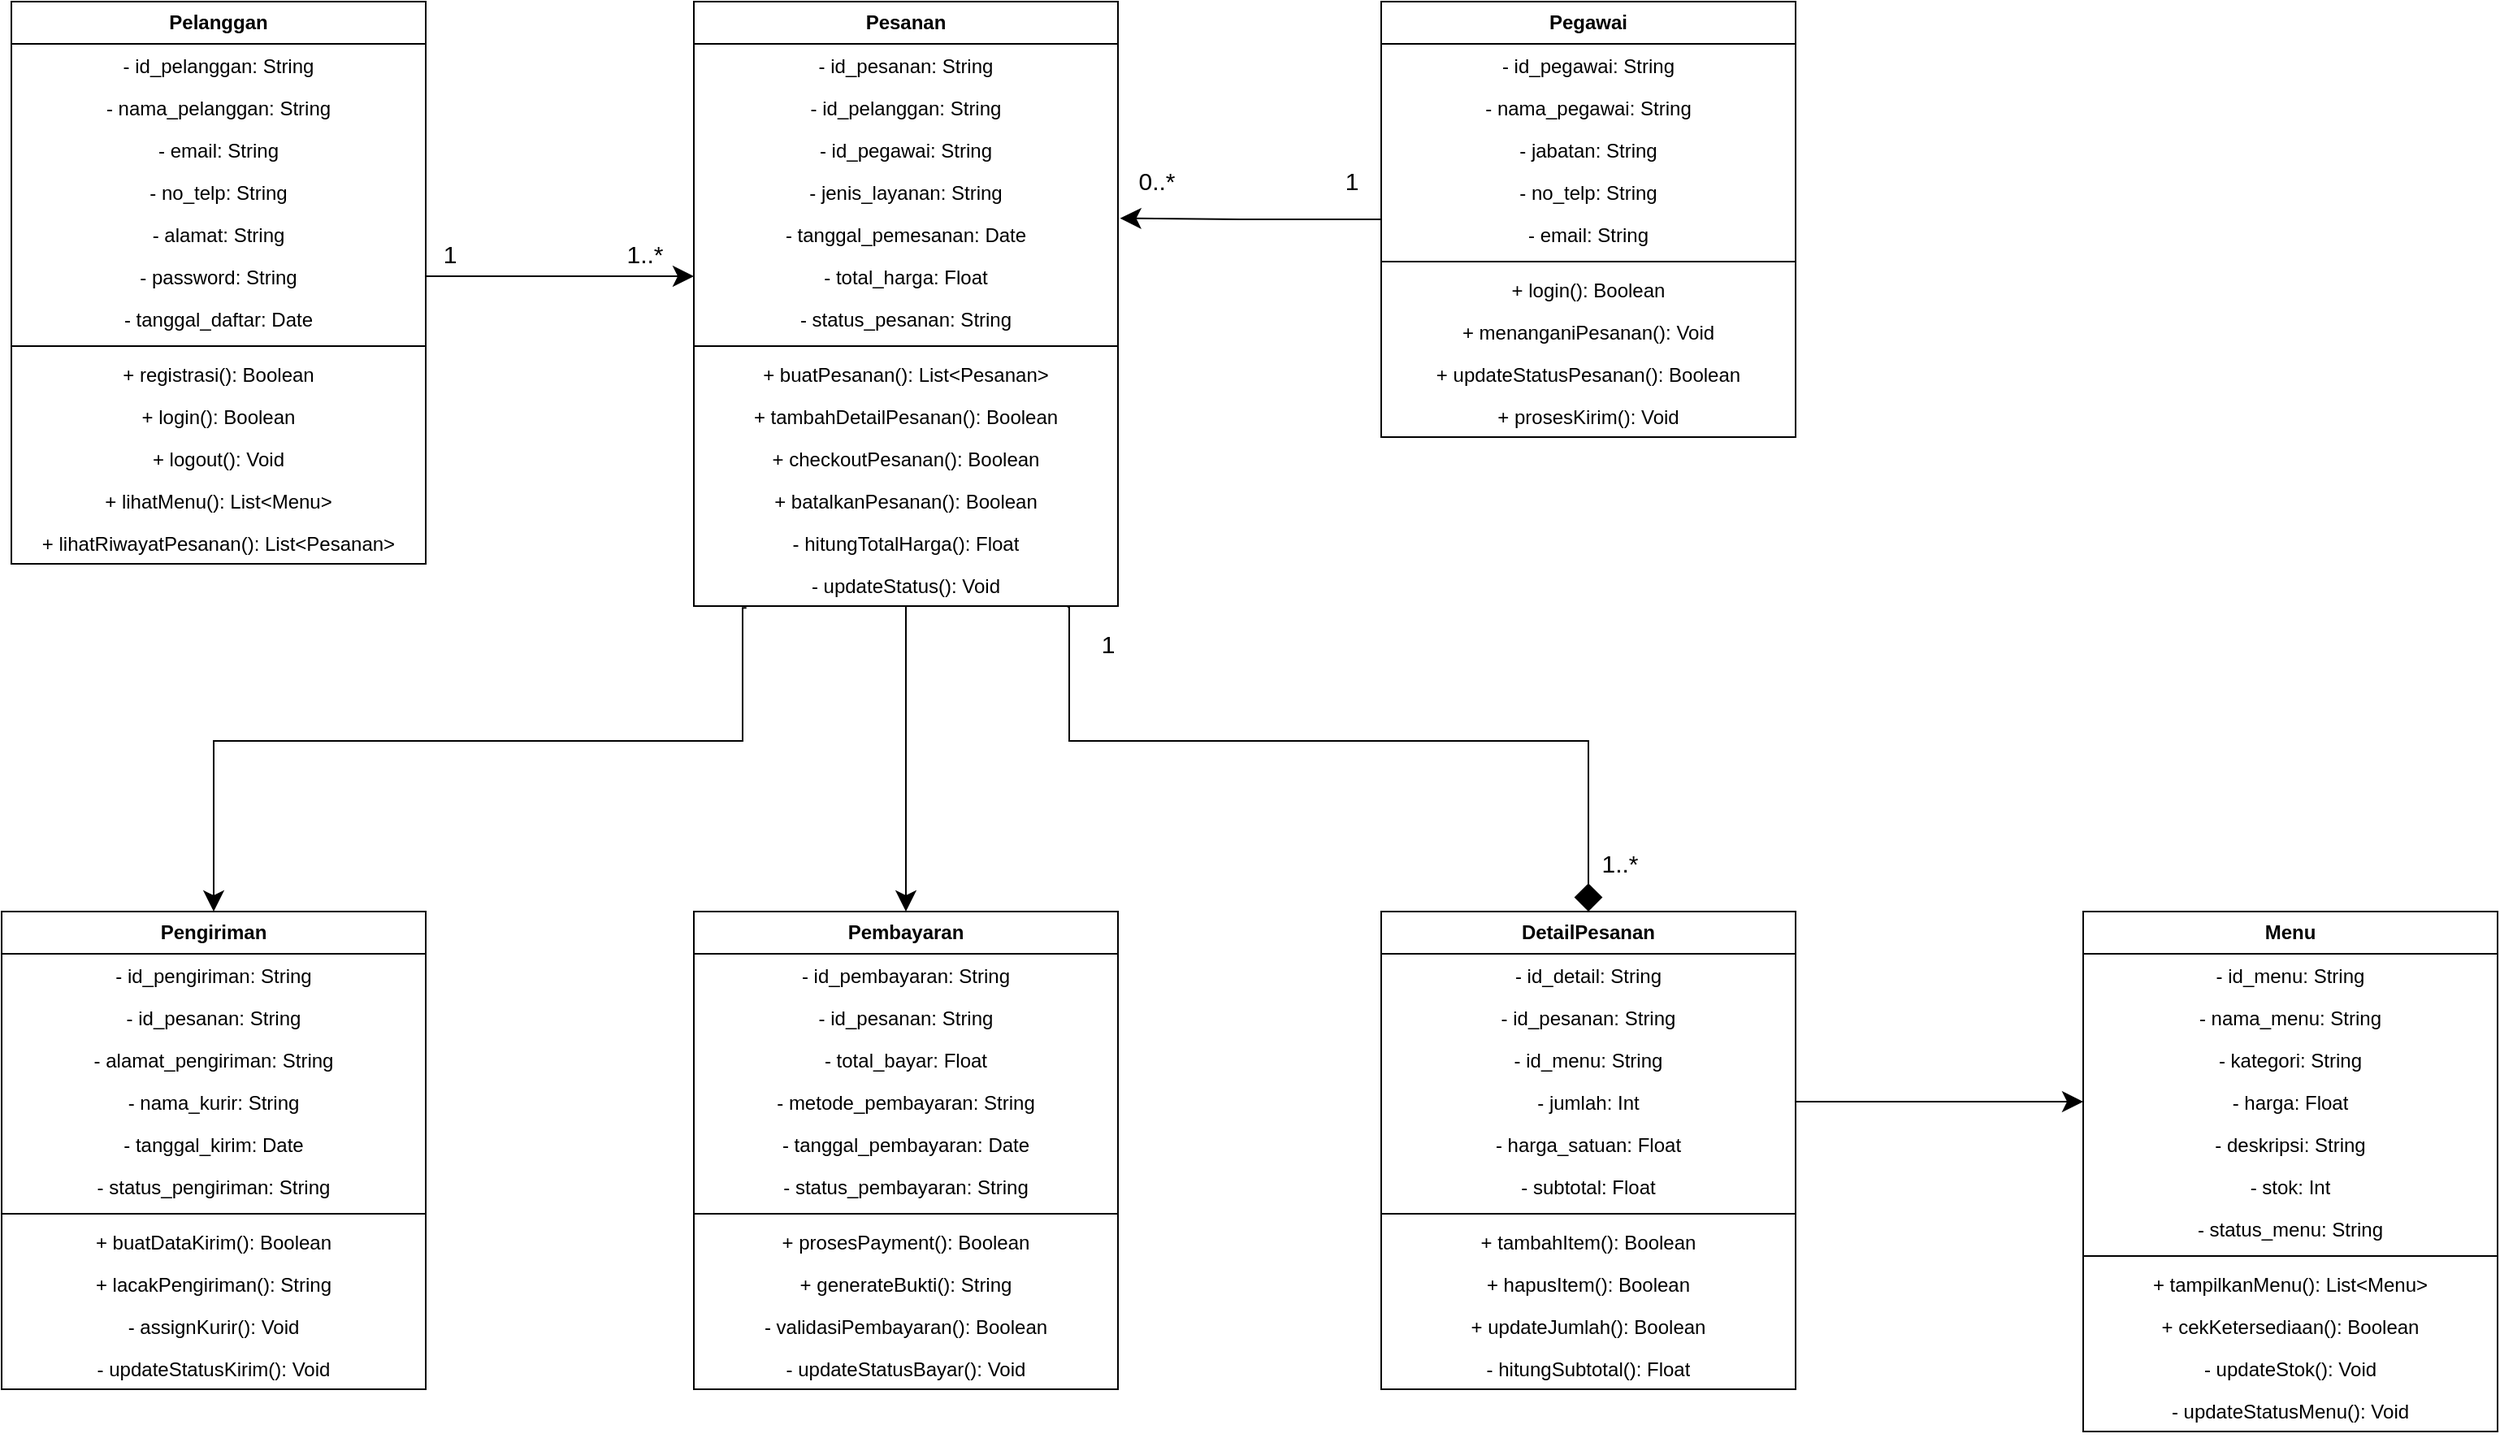
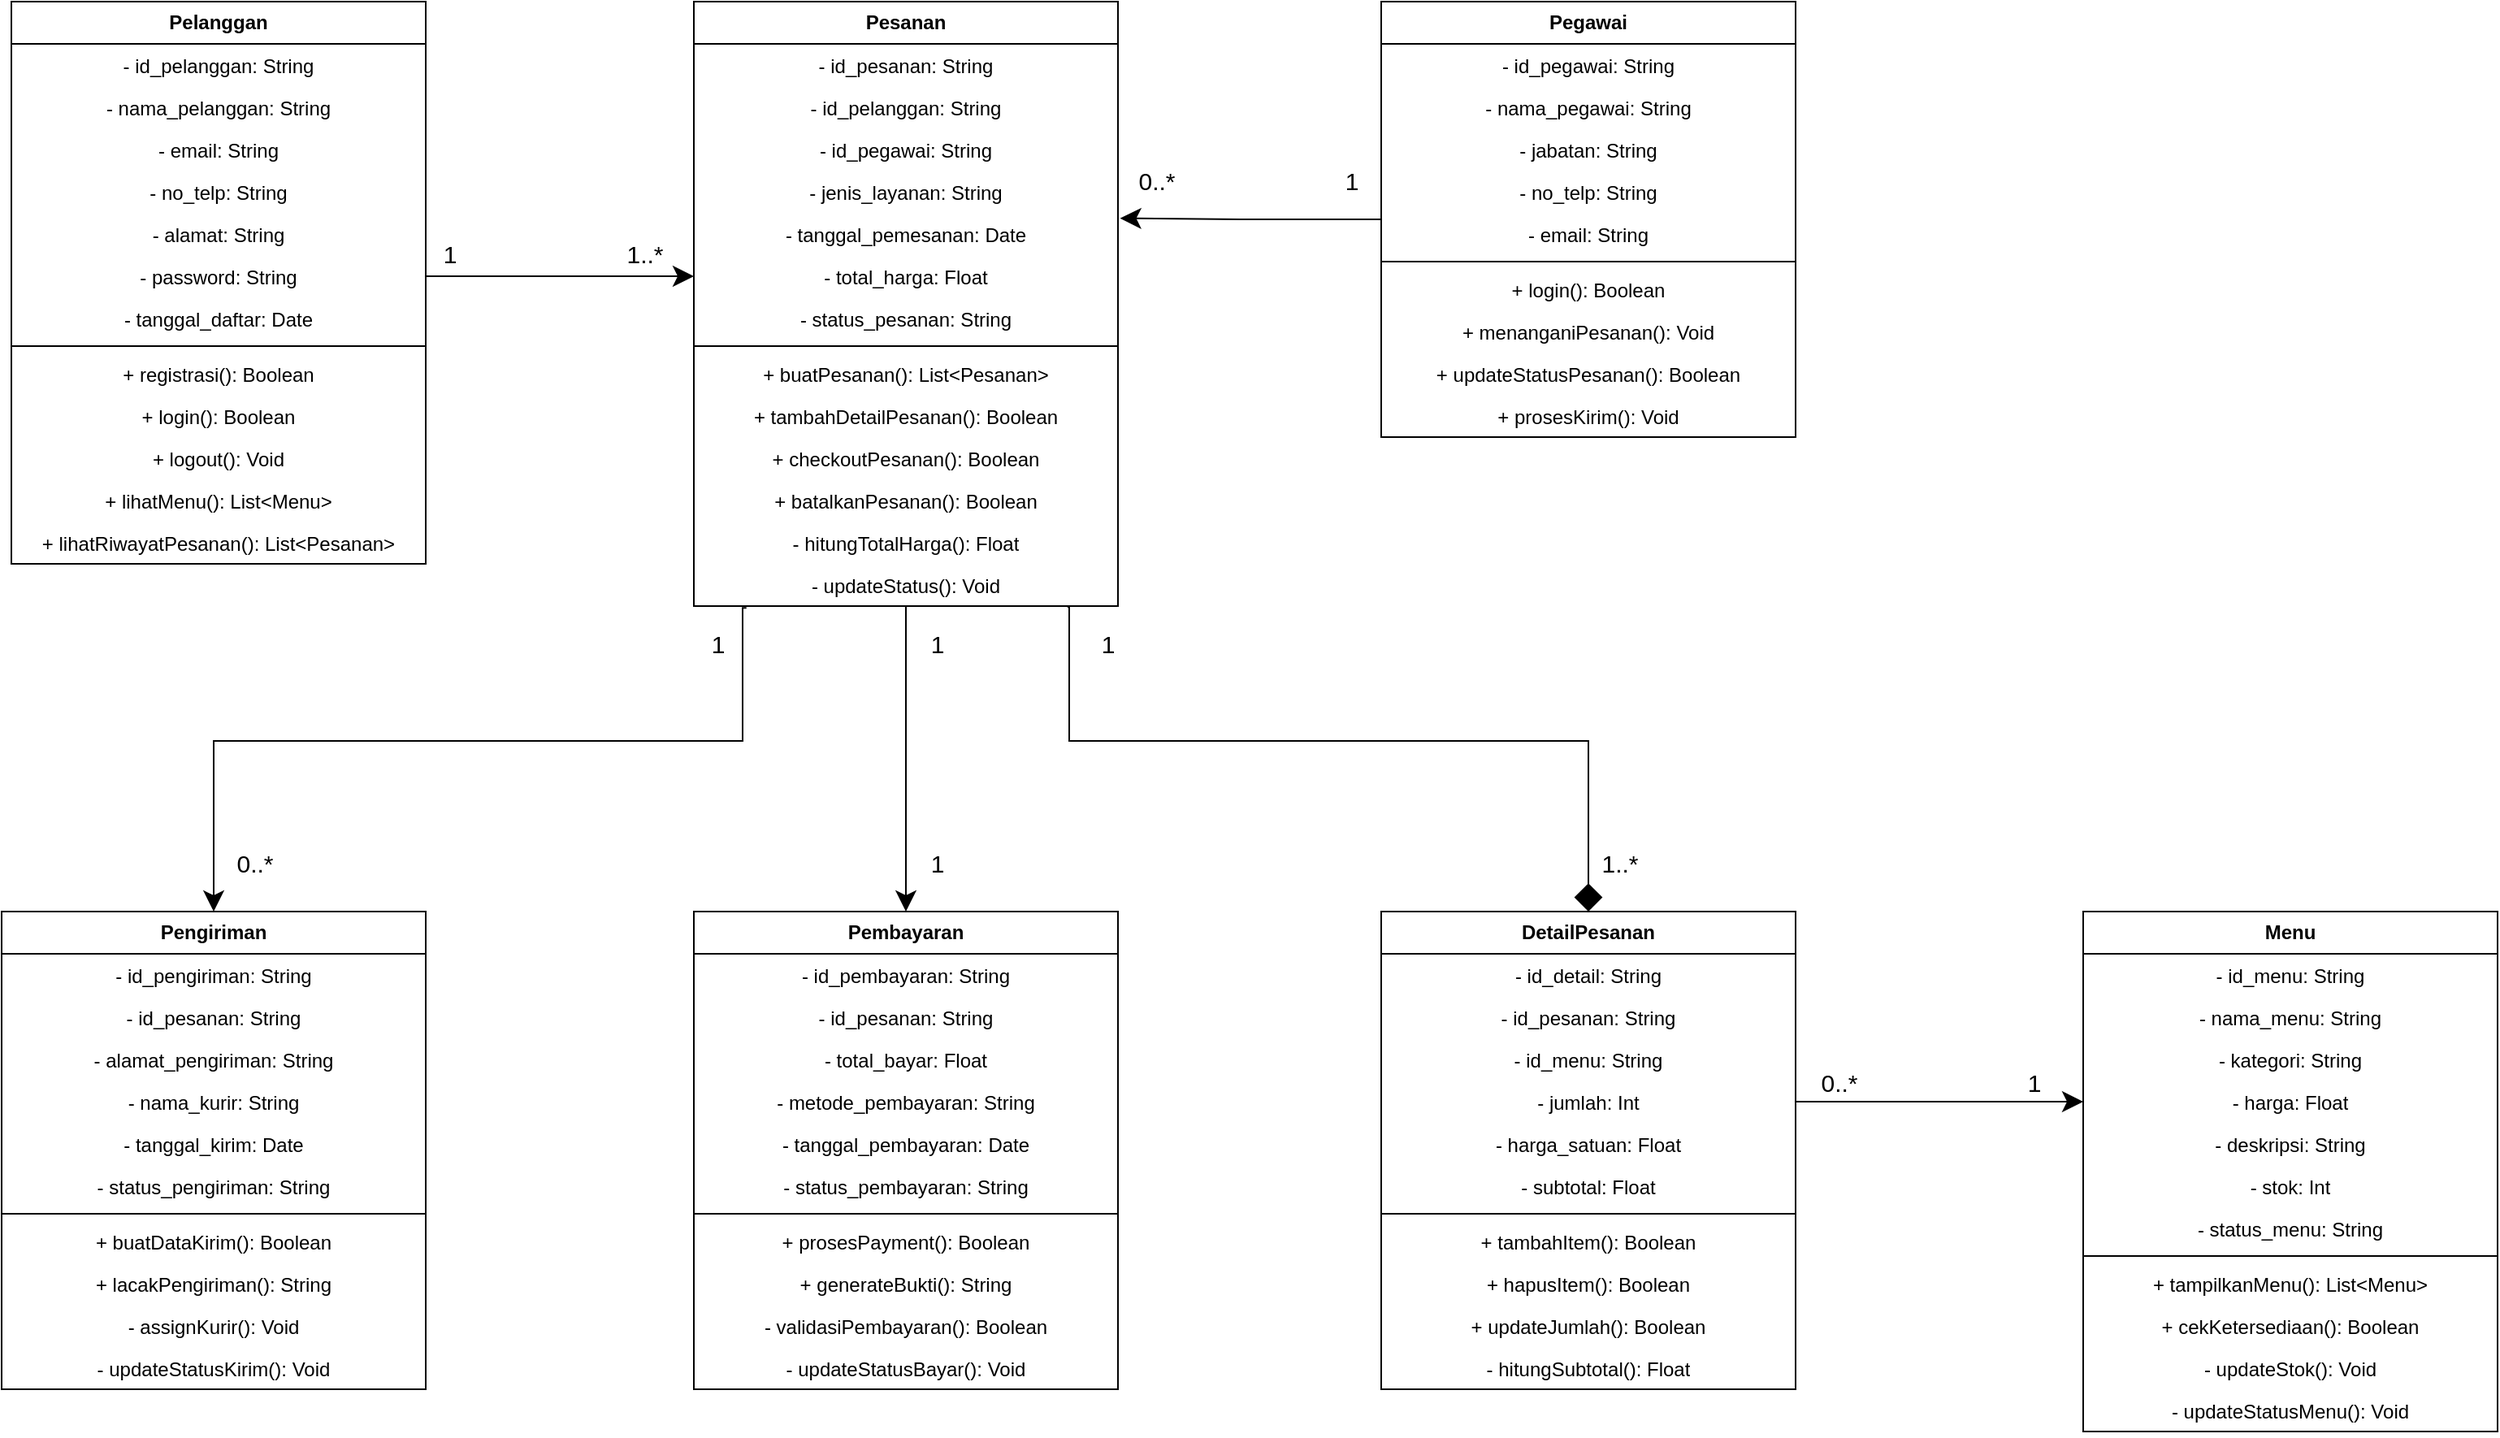
- <mxfile host="app.diagrams.net">
+ <mxfile host="app.diagrams.net" pages="2">
  <diagram name="Class Diagram" id="XLRAudqMSV8JJL2WmWoO">
    <mxGraphModel dx="1729" dy="1125" grid="1" gridSize="15" guides="1" tooltips="1" connect="1" arrows="1" fold="1" page="1" pageScale="1" pageWidth="1654" pageHeight="1169" math="0" shadow="0">
      <root>
        <mxCell id="0" />
        <mxCell id="1" parent="0" />
        <mxCell id="4Q5ZbxA_9OykwKKi5Nih-1" parent="1" style="swimlane;fontStyle=1;align=center;verticalAlign=middle;childLayout=stackLayout;horizontal=1;startSize=26;horizontalStack=0;resizeParent=1;resizeParentMax=0;resizeLast=0;collapsible=1;marginBottom=0;whiteSpace=wrap;html=1;labelBorderColor=none;labelBackgroundColor=none;fontColor=default;" value="Pelanggan" vertex="1">
          <mxGeometry height="346" width="255" x="60" y="40" as="geometry" />
        </mxCell>
        <mxCell id="4Q5ZbxA_9OykwKKi5Nih-2" parent="4Q5ZbxA_9OykwKKi5Nih-1" style="text;strokeColor=none;fillColor=none;align=center;verticalAlign=top;spacingLeft=4;spacingRight=4;overflow=hidden;rotatable=0;points=[[0,0.5],[1,0.5]];portConstraint=eastwest;whiteSpace=wrap;html=1;" value="- id_pelanggan: String" vertex="1">
          <mxGeometry height="26" width="255" y="26" as="geometry" />
        </mxCell>
        <mxCell id="4Q5ZbxA_9OykwKKi5Nih-5" parent="4Q5ZbxA_9OykwKKi5Nih-1" style="text;strokeColor=none;fillColor=none;align=center;verticalAlign=top;spacingLeft=4;spacingRight=4;overflow=hidden;rotatable=0;points=[[0,0.5],[1,0.5]];portConstraint=eastwest;whiteSpace=wrap;html=1;" value="- nama_pelanggan: String" vertex="1">
          <mxGeometry height="26" width="255" y="52" as="geometry" />
        </mxCell>
        <mxCell id="4Q5ZbxA_9OykwKKi5Nih-6" parent="4Q5ZbxA_9OykwKKi5Nih-1" style="text;strokeColor=none;fillColor=none;align=center;verticalAlign=top;spacingLeft=4;spacingRight=4;overflow=hidden;rotatable=0;points=[[0,0.5],[1,0.5]];portConstraint=eastwest;whiteSpace=wrap;html=1;" value="- email: String" vertex="1">
          <mxGeometry height="26" width="255" y="78" as="geometry" />
        </mxCell>
        <mxCell id="4Q5ZbxA_9OykwKKi5Nih-7" parent="4Q5ZbxA_9OykwKKi5Nih-1" style="text;strokeColor=none;fillColor=none;align=center;verticalAlign=top;spacingLeft=4;spacingRight=4;overflow=hidden;rotatable=0;points=[[0,0.5],[1,0.5]];portConstraint=eastwest;whiteSpace=wrap;html=1;" value="- no_telp: String" vertex="1">
          <mxGeometry height="26" width="255" y="104" as="geometry" />
        </mxCell>
        <mxCell id="4Q5ZbxA_9OykwKKi5Nih-8" parent="4Q5ZbxA_9OykwKKi5Nih-1" style="text;strokeColor=none;fillColor=none;align=center;verticalAlign=top;spacingLeft=4;spacingRight=4;overflow=hidden;rotatable=0;points=[[0,0.5],[1,0.5]];portConstraint=eastwest;whiteSpace=wrap;html=1;" value="- alamat: String" vertex="1">
          <mxGeometry height="26" width="255" y="130" as="geometry" />
        </mxCell>
        <mxCell id="4Q5ZbxA_9OykwKKi5Nih-9" parent="4Q5ZbxA_9OykwKKi5Nih-1" style="text;strokeColor=none;fillColor=none;align=center;verticalAlign=top;spacingLeft=4;spacingRight=4;overflow=hidden;rotatable=0;points=[[0,0.5],[1,0.5]];portConstraint=eastwest;whiteSpace=wrap;html=1;" value="- password: String" vertex="1">
          <mxGeometry height="26" width="255" y="156" as="geometry" />
        </mxCell>
        <mxCell id="4Q5ZbxA_9OykwKKi5Nih-10" parent="4Q5ZbxA_9OykwKKi5Nih-1" style="text;strokeColor=none;fillColor=none;align=center;verticalAlign=top;spacingLeft=4;spacingRight=4;overflow=hidden;rotatable=0;points=[[0,0.5],[1,0.5]];portConstraint=eastwest;whiteSpace=wrap;html=1;" value="- tanggal_daftar: Date" vertex="1">
          <mxGeometry height="26" width="255" y="182" as="geometry" />
        </mxCell>
        <mxCell id="4Q5ZbxA_9OykwKKi5Nih-3" parent="4Q5ZbxA_9OykwKKi5Nih-1" style="line;strokeWidth=1;fillColor=none;align=center;verticalAlign=middle;spacingTop=-1;spacingLeft=3;spacingRight=3;rotatable=0;labelPosition=right;points=[];portConstraint=eastwest;strokeColor=inherit;" value="" vertex="1">
          <mxGeometry height="8" width="255" y="208" as="geometry" />
        </mxCell>
        <mxCell id="4Q5ZbxA_9OykwKKi5Nih-4" parent="4Q5ZbxA_9OykwKKi5Nih-1" style="text;strokeColor=none;fillColor=none;align=center;verticalAlign=top;spacingLeft=4;spacingRight=4;overflow=hidden;rotatable=0;points=[[0,0.5],[1,0.5]];portConstraint=eastwest;whiteSpace=wrap;html=1;" value="+ registrasi(): Boolean" vertex="1">
          <mxGeometry height="26" width="255" y="216" as="geometry" />
        </mxCell>
        <mxCell id="4Q5ZbxA_9OykwKKi5Nih-11" parent="4Q5ZbxA_9OykwKKi5Nih-1" style="text;strokeColor=none;fillColor=none;align=center;verticalAlign=top;spacingLeft=4;spacingRight=4;overflow=hidden;rotatable=0;points=[[0,0.5],[1,0.5]];portConstraint=eastwest;whiteSpace=wrap;html=1;" value="+ login(): Boolean" vertex="1">
          <mxGeometry height="26" width="255" y="242" as="geometry" />
        </mxCell>
        <mxCell id="4Q5ZbxA_9OykwKKi5Nih-12" parent="4Q5ZbxA_9OykwKKi5Nih-1" style="text;strokeColor=none;fillColor=none;align=center;verticalAlign=top;spacingLeft=4;spacingRight=4;overflow=hidden;rotatable=0;points=[[0,0.5],[1,0.5]];portConstraint=eastwest;whiteSpace=wrap;html=1;" value="+ logout(): Void" vertex="1">
          <mxGeometry height="26" width="255" y="268" as="geometry" />
        </mxCell>
        <mxCell id="4Q5ZbxA_9OykwKKi5Nih-13" parent="4Q5ZbxA_9OykwKKi5Nih-1" style="text;strokeColor=none;fillColor=none;align=center;verticalAlign=top;spacingLeft=4;spacingRight=4;overflow=hidden;rotatable=0;points=[[0,0.5],[1,0.5]];portConstraint=eastwest;whiteSpace=wrap;html=1;" value="+ lihatMenu(): List&amp;lt;Menu&amp;gt;" vertex="1">
          <mxGeometry height="26" width="255" y="294" as="geometry" />
        </mxCell>
        <mxCell id="4Q5ZbxA_9OykwKKi5Nih-14" parent="4Q5ZbxA_9OykwKKi5Nih-1" style="text;strokeColor=none;fillColor=none;align=center;verticalAlign=top;spacingLeft=4;spacingRight=4;overflow=hidden;rotatable=0;points=[[0,0.5],[1,0.5]];portConstraint=eastwest;whiteSpace=wrap;html=1;" value="+ lihatRiwayatPesanan(): List&amp;lt;Pesanan&amp;gt;" vertex="1">
          <mxGeometry height="26" width="255" y="320" as="geometry" />
        </mxCell>
        <mxCell id="-Ip3KR_69kROD7_R9hKT-41" edge="1" parent="1" source="4Q5ZbxA_9OykwKKi5Nih-16" style="edgeStyle=orthogonalEdgeStyle;rounded=0;orthogonalLoop=1;jettySize=auto;html=1;entryX=1.005;entryY=0.128;entryDx=0;entryDy=0;entryPerimeter=0;strokeWidth=1;endSize=10;" target="4Q5ZbxA_9OykwKKi5Nih-49" value="">
          <mxGeometry relative="1" as="geometry">
            <mxPoint x="735.5" y="173.9999999999999" as="targetPoint" />
          </mxGeometry>
        </mxCell>
        <mxCell id="4Q5ZbxA_9OykwKKi5Nih-16" parent="1" style="swimlane;fontStyle=1;align=center;verticalAlign=middle;childLayout=stackLayout;horizontal=1;startSize=26;horizontalStack=0;resizeParent=1;resizeParentMax=0;resizeLast=0;collapsible=1;marginBottom=0;whiteSpace=wrap;html=1;labelBorderColor=none;labelBackgroundColor=none;fontColor=default;" value="Pegawai" vertex="1">
          <mxGeometry height="268" width="255" x="903" y="40" as="geometry" />
        </mxCell>
        <mxCell id="4Q5ZbxA_9OykwKKi5Nih-17" parent="4Q5ZbxA_9OykwKKi5Nih-16" style="text;strokeColor=none;fillColor=none;align=center;verticalAlign=top;spacingLeft=4;spacingRight=4;overflow=hidden;rotatable=0;points=[[0,0.5],[1,0.5]];portConstraint=eastwest;whiteSpace=wrap;html=1;" value="- id_pegawai: String" vertex="1">
          <mxGeometry height="26" width="255" y="26" as="geometry" />
        </mxCell>
        <mxCell id="4Q5ZbxA_9OykwKKi5Nih-18" parent="4Q5ZbxA_9OykwKKi5Nih-16" style="text;strokeColor=none;fillColor=none;align=center;verticalAlign=top;spacingLeft=4;spacingRight=4;overflow=hidden;rotatable=0;points=[[0,0.5],[1,0.5]];portConstraint=eastwest;whiteSpace=wrap;html=1;" value="- nama_pegawai: String" vertex="1">
          <mxGeometry height="26" width="255" y="52" as="geometry" />
        </mxCell>
        <mxCell id="4Q5ZbxA_9OykwKKi5Nih-19" parent="4Q5ZbxA_9OykwKKi5Nih-16" style="text;strokeColor=none;fillColor=none;align=center;verticalAlign=top;spacingLeft=4;spacingRight=4;overflow=hidden;rotatable=0;points=[[0,0.5],[1,0.5]];portConstraint=eastwest;whiteSpace=wrap;html=1;" value="- jabatan: String" vertex="1">
          <mxGeometry height="26" width="255" y="78" as="geometry" />
        </mxCell>
        <mxCell id="4Q5ZbxA_9OykwKKi5Nih-20" parent="4Q5ZbxA_9OykwKKi5Nih-16" style="text;strokeColor=none;fillColor=none;align=center;verticalAlign=top;spacingLeft=4;spacingRight=4;overflow=hidden;rotatable=0;points=[[0,0.5],[1,0.5]];portConstraint=eastwest;whiteSpace=wrap;html=1;" value="- no_telp: String" vertex="1">
          <mxGeometry height="26" width="255" y="104" as="geometry" />
        </mxCell>
        <mxCell id="4Q5ZbxA_9OykwKKi5Nih-21" parent="4Q5ZbxA_9OykwKKi5Nih-16" style="text;strokeColor=none;fillColor=none;align=center;verticalAlign=top;spacingLeft=4;spacingRight=4;overflow=hidden;rotatable=0;points=[[0,0.5],[1,0.5]];portConstraint=eastwest;whiteSpace=wrap;html=1;" value="- email: String" vertex="1">
          <mxGeometry height="26" width="255" y="130" as="geometry" />
        </mxCell>
        <mxCell id="4Q5ZbxA_9OykwKKi5Nih-24" parent="4Q5ZbxA_9OykwKKi5Nih-16" style="line;strokeWidth=1;fillColor=none;align=center;verticalAlign=middle;spacingTop=-1;spacingLeft=3;spacingRight=3;rotatable=0;labelPosition=right;points=[];portConstraint=eastwest;strokeColor=inherit;" value="" vertex="1">
          <mxGeometry height="8" width="255" y="156" as="geometry" />
        </mxCell>
        <mxCell id="4Q5ZbxA_9OykwKKi5Nih-25" parent="4Q5ZbxA_9OykwKKi5Nih-16" style="text;strokeColor=none;fillColor=none;align=center;verticalAlign=top;spacingLeft=4;spacingRight=4;overflow=hidden;rotatable=0;points=[[0,0.5],[1,0.5]];portConstraint=eastwest;whiteSpace=wrap;html=1;" value="+ login(): Boolean" vertex="1">
          <mxGeometry height="26" width="255" y="164" as="geometry" />
        </mxCell>
        <mxCell id="4Q5ZbxA_9OykwKKi5Nih-26" parent="4Q5ZbxA_9OykwKKi5Nih-16" style="text;strokeColor=none;fillColor=none;align=center;verticalAlign=top;spacingLeft=4;spacingRight=4;overflow=hidden;rotatable=0;points=[[0,0.5],[1,0.5]];portConstraint=eastwest;whiteSpace=wrap;html=1;" value="+ menanganiPesanan(): Void" vertex="1">
          <mxGeometry height="26" width="255" y="190" as="geometry" />
        </mxCell>
        <mxCell id="4Q5ZbxA_9OykwKKi5Nih-27" parent="4Q5ZbxA_9OykwKKi5Nih-16" style="text;strokeColor=none;fillColor=none;align=center;verticalAlign=top;spacingLeft=4;spacingRight=4;overflow=hidden;rotatable=0;points=[[0,0.5],[1,0.5]];portConstraint=eastwest;whiteSpace=wrap;html=1;" value="+ updateStatusPesanan(): Boolean" vertex="1">
          <mxGeometry height="26" width="255" y="216" as="geometry" />
        </mxCell>
        <mxCell id="4Q5ZbxA_9OykwKKi5Nih-28" parent="4Q5ZbxA_9OykwKKi5Nih-16" style="text;strokeColor=none;fillColor=none;align=center;verticalAlign=top;spacingLeft=4;spacingRight=4;overflow=hidden;rotatable=0;points=[[0,0.5],[1,0.5]];portConstraint=eastwest;whiteSpace=wrap;html=1;" value="+ prosesKirim(): Void" vertex="1">
          <mxGeometry height="26" width="255" y="242" as="geometry" />
        </mxCell>
        <mxCell id="4Q5ZbxA_9OykwKKi5Nih-30" parent="1" style="swimlane;fontStyle=1;align=center;verticalAlign=middle;childLayout=stackLayout;horizontal=1;startSize=26;horizontalStack=0;resizeParent=1;resizeParentMax=0;resizeLast=0;collapsible=1;marginBottom=0;whiteSpace=wrap;html=1;labelBorderColor=none;labelBackgroundColor=none;fontColor=default;" value="Menu" vertex="1">
          <mxGeometry height="320" width="255" x="1335" y="600" as="geometry" />
        </mxCell>
        <mxCell id="4Q5ZbxA_9OykwKKi5Nih-31" parent="4Q5ZbxA_9OykwKKi5Nih-30" style="text;strokeColor=none;fillColor=none;align=center;verticalAlign=top;spacingLeft=4;spacingRight=4;overflow=hidden;rotatable=0;points=[[0,0.5],[1,0.5]];portConstraint=eastwest;whiteSpace=wrap;html=1;" value="- id_menu: String" vertex="1">
          <mxGeometry height="26" width="255" y="26" as="geometry" />
        </mxCell>
        <mxCell id="4Q5ZbxA_9OykwKKi5Nih-32" parent="4Q5ZbxA_9OykwKKi5Nih-30" style="text;strokeColor=none;fillColor=none;align=center;verticalAlign=top;spacingLeft=4;spacingRight=4;overflow=hidden;rotatable=0;points=[[0,0.5],[1,0.5]];portConstraint=eastwest;whiteSpace=wrap;html=1;" value="- nama_menu: String" vertex="1">
          <mxGeometry height="26" width="255" y="52" as="geometry" />
        </mxCell>
        <mxCell id="4Q5ZbxA_9OykwKKi5Nih-33" parent="4Q5ZbxA_9OykwKKi5Nih-30" style="text;strokeColor=none;fillColor=none;align=center;verticalAlign=top;spacingLeft=4;spacingRight=4;overflow=hidden;rotatable=0;points=[[0,0.5],[1,0.5]];portConstraint=eastwest;whiteSpace=wrap;html=1;" value="- kategori: String" vertex="1">
          <mxGeometry height="26" width="255" y="78" as="geometry" />
        </mxCell>
        <mxCell id="4Q5ZbxA_9OykwKKi5Nih-34" parent="4Q5ZbxA_9OykwKKi5Nih-30" style="text;strokeColor=none;fillColor=none;align=center;verticalAlign=top;spacingLeft=4;spacingRight=4;overflow=hidden;rotatable=0;points=[[0,0.5],[1,0.5]];portConstraint=eastwest;whiteSpace=wrap;html=1;" value="- harga: Float" vertex="1">
          <mxGeometry height="26" width="255" y="104" as="geometry" />
        </mxCell>
        <mxCell id="4Q5ZbxA_9OykwKKi5Nih-35" parent="4Q5ZbxA_9OykwKKi5Nih-30" style="text;strokeColor=none;fillColor=none;align=center;verticalAlign=top;spacingLeft=4;spacingRight=4;overflow=hidden;rotatable=0;points=[[0,0.5],[1,0.5]];portConstraint=eastwest;whiteSpace=wrap;html=1;" value="- deskripsi: String" vertex="1">
          <mxGeometry height="26" width="255" y="130" as="geometry" />
        </mxCell>
        <mxCell id="4Q5ZbxA_9OykwKKi5Nih-36" parent="4Q5ZbxA_9OykwKKi5Nih-30" style="text;strokeColor=none;fillColor=none;align=center;verticalAlign=top;spacingLeft=4;spacingRight=4;overflow=hidden;rotatable=0;points=[[0,0.5],[1,0.5]];portConstraint=eastwest;whiteSpace=wrap;html=1;" value="- stok: Int" vertex="1">
          <mxGeometry height="26" width="255" y="156" as="geometry" />
        </mxCell>
        <mxCell id="4Q5ZbxA_9OykwKKi5Nih-37" parent="4Q5ZbxA_9OykwKKi5Nih-30" style="text;strokeColor=none;fillColor=none;align=center;verticalAlign=top;spacingLeft=4;spacingRight=4;overflow=hidden;rotatable=0;points=[[0,0.5],[1,0.5]];portConstraint=eastwest;whiteSpace=wrap;html=1;" value="- status_menu: String" vertex="1">
          <mxGeometry height="26" width="255" y="182" as="geometry" />
        </mxCell>
        <mxCell id="4Q5ZbxA_9OykwKKi5Nih-38" parent="4Q5ZbxA_9OykwKKi5Nih-30" style="line;strokeWidth=1;fillColor=none;align=center;verticalAlign=middle;spacingTop=-1;spacingLeft=3;spacingRight=3;rotatable=0;labelPosition=right;points=[];portConstraint=eastwest;strokeColor=inherit;" value="" vertex="1">
          <mxGeometry height="8" width="255" y="208" as="geometry" />
        </mxCell>
        <mxCell id="4Q5ZbxA_9OykwKKi5Nih-39" parent="4Q5ZbxA_9OykwKKi5Nih-30" style="text;strokeColor=none;fillColor=none;align=center;verticalAlign=top;spacingLeft=4;spacingRight=4;overflow=hidden;rotatable=0;points=[[0,0.5],[1,0.5]];portConstraint=eastwest;whiteSpace=wrap;html=1;" value="+ tampilkanMenu(): List&amp;lt;Menu&amp;gt;" vertex="1">
          <mxGeometry height="26" width="255" y="216" as="geometry" />
        </mxCell>
        <mxCell id="4Q5ZbxA_9OykwKKi5Nih-40" parent="4Q5ZbxA_9OykwKKi5Nih-30" style="text;strokeColor=none;fillColor=none;align=center;verticalAlign=top;spacingLeft=4;spacingRight=4;overflow=hidden;rotatable=0;points=[[0,0.5],[1,0.5]];portConstraint=eastwest;whiteSpace=wrap;html=1;" value="+ cekKetersediaan(): Boolean" vertex="1">
          <mxGeometry height="26" width="255" y="242" as="geometry" />
        </mxCell>
        <mxCell id="4Q5ZbxA_9OykwKKi5Nih-41" parent="4Q5ZbxA_9OykwKKi5Nih-30" style="text;strokeColor=none;fillColor=none;align=center;verticalAlign=top;spacingLeft=4;spacingRight=4;overflow=hidden;rotatable=0;points=[[0,0.5],[1,0.5]];portConstraint=eastwest;whiteSpace=wrap;html=1;" value="- updateStok(): Void" vertex="1">
          <mxGeometry height="26" width="255" y="268" as="geometry" />
        </mxCell>
        <mxCell id="4Q5ZbxA_9OykwKKi5Nih-42" parent="4Q5ZbxA_9OykwKKi5Nih-30" style="text;strokeColor=none;fillColor=none;align=center;verticalAlign=top;spacingLeft=4;spacingRight=4;overflow=hidden;rotatable=0;points=[[0,0.5],[1,0.5]];portConstraint=eastwest;whiteSpace=wrap;html=1;" value="- updateStatusMenu(): Void" vertex="1">
          <mxGeometry height="26" width="255" y="294" as="geometry" />
        </mxCell>
        <mxCell id="4Q5ZbxA_9OykwKKi5Nih-44" parent="1" style="swimlane;fontStyle=1;align=center;verticalAlign=middle;childLayout=stackLayout;horizontal=1;startSize=26;horizontalStack=0;resizeParent=1;resizeParentMax=0;resizeLast=0;collapsible=1;marginBottom=0;whiteSpace=wrap;html=1;labelBorderColor=none;labelBackgroundColor=none;fontColor=default;" value="Pesanan" vertex="1">
          <mxGeometry height="372" width="261" x="480" y="40" as="geometry" />
        </mxCell>
        <mxCell id="4Q5ZbxA_9OykwKKi5Nih-45" parent="4Q5ZbxA_9OykwKKi5Nih-44" style="text;strokeColor=none;fillColor=none;align=center;verticalAlign=top;spacingLeft=4;spacingRight=4;overflow=hidden;rotatable=0;points=[[0,0.5],[1,0.5]];portConstraint=eastwest;whiteSpace=wrap;html=1;" value="- id_pesanan: String" vertex="1">
          <mxGeometry height="26" width="261" y="26" as="geometry" />
        </mxCell>
        <mxCell id="4Q5ZbxA_9OykwKKi5Nih-46" parent="4Q5ZbxA_9OykwKKi5Nih-44" style="text;strokeColor=none;fillColor=none;align=center;verticalAlign=top;spacingLeft=4;spacingRight=4;overflow=hidden;rotatable=0;points=[[0,0.5],[1,0.5]];portConstraint=eastwest;whiteSpace=wrap;html=1;" value="- id_pelanggan: String" vertex="1">
          <mxGeometry height="26" width="261" y="52" as="geometry" />
        </mxCell>
        <mxCell id="4Q5ZbxA_9OykwKKi5Nih-47" parent="4Q5ZbxA_9OykwKKi5Nih-44" style="text;strokeColor=none;fillColor=none;align=center;verticalAlign=top;spacingLeft=4;spacingRight=4;overflow=hidden;rotatable=0;points=[[0,0.5],[1,0.5]];portConstraint=eastwest;whiteSpace=wrap;html=1;" value="- id_pegawai: String" vertex="1">
          <mxGeometry height="26" width="261" y="78" as="geometry" />
        </mxCell>
        <mxCell id="4Q5ZbxA_9OykwKKi5Nih-48" parent="4Q5ZbxA_9OykwKKi5Nih-44" style="text;strokeColor=none;fillColor=none;align=center;verticalAlign=top;spacingLeft=4;spacingRight=4;overflow=hidden;rotatable=0;points=[[0,0.5],[1,0.5]];portConstraint=eastwest;whiteSpace=wrap;html=1;" value="- jenis_layanan: String" vertex="1">
          <mxGeometry height="26" width="261" y="104" as="geometry" />
        </mxCell>
        <mxCell id="4Q5ZbxA_9OykwKKi5Nih-49" parent="4Q5ZbxA_9OykwKKi5Nih-44" style="text;strokeColor=none;fillColor=none;align=center;verticalAlign=top;spacingLeft=4;spacingRight=4;overflow=hidden;rotatable=0;points=[[0,0.5],[1,0.5]];portConstraint=eastwest;whiteSpace=wrap;html=1;" value="- tanggal_pemesanan: Date" vertex="1">
          <mxGeometry height="26" width="261" y="130" as="geometry" />
        </mxCell>
        <mxCell id="4Q5ZbxA_9OykwKKi5Nih-50" parent="4Q5ZbxA_9OykwKKi5Nih-44" style="text;strokeColor=none;fillColor=none;align=center;verticalAlign=top;spacingLeft=4;spacingRight=4;overflow=hidden;rotatable=0;points=[[0,0.5],[1,0.5]];portConstraint=eastwest;whiteSpace=wrap;html=1;" value="- total_harga: Float" vertex="1">
          <mxGeometry height="26" width="261" y="156" as="geometry" />
        </mxCell>
        <mxCell id="4Q5ZbxA_9OykwKKi5Nih-51" parent="4Q5ZbxA_9OykwKKi5Nih-44" style="text;strokeColor=none;fillColor=none;align=center;verticalAlign=top;spacingLeft=4;spacingRight=4;overflow=hidden;rotatable=0;points=[[0,0.5],[1,0.5]];portConstraint=eastwest;whiteSpace=wrap;html=1;" value="- status_pesanan: String" vertex="1">
          <mxGeometry height="26" width="261" y="182" as="geometry" />
        </mxCell>
        <mxCell id="4Q5ZbxA_9OykwKKi5Nih-52" parent="4Q5ZbxA_9OykwKKi5Nih-44" style="line;strokeWidth=1;fillColor=none;align=center;verticalAlign=middle;spacingTop=-1;spacingLeft=3;spacingRight=3;rotatable=0;labelPosition=right;points=[];portConstraint=eastwest;strokeColor=inherit;" value="" vertex="1">
          <mxGeometry height="8" width="261" y="208" as="geometry" />
        </mxCell>
        <mxCell id="4Q5ZbxA_9OykwKKi5Nih-53" parent="4Q5ZbxA_9OykwKKi5Nih-44" style="text;strokeColor=none;fillColor=none;align=center;verticalAlign=top;spacingLeft=4;spacingRight=4;overflow=hidden;rotatable=0;points=[[0,0.5],[1,0.5]];portConstraint=eastwest;whiteSpace=wrap;html=1;" value="+ buatPesanan(): List&amp;lt;Pesanan&amp;gt;" vertex="1">
          <mxGeometry height="26" width="261" y="216" as="geometry" />
        </mxCell>
        <mxCell id="4Q5ZbxA_9OykwKKi5Nih-54" parent="4Q5ZbxA_9OykwKKi5Nih-44" style="text;strokeColor=none;fillColor=none;align=center;verticalAlign=top;spacingLeft=4;spacingRight=4;overflow=hidden;rotatable=0;points=[[0,0.5],[1,0.5]];portConstraint=eastwest;whiteSpace=wrap;html=1;" value="+ tambahDetailPesanan(): Boolean" vertex="1">
          <mxGeometry height="26" width="261" y="242" as="geometry" />
        </mxCell>
        <mxCell id="4Q5ZbxA_9OykwKKi5Nih-55" parent="4Q5ZbxA_9OykwKKi5Nih-44" style="text;strokeColor=none;fillColor=none;align=center;verticalAlign=top;spacingLeft=4;spacingRight=4;overflow=hidden;rotatable=0;points=[[0,0.5],[1,0.5]];portConstraint=eastwest;whiteSpace=wrap;html=1;" value="+ checkoutPesanan(): Boolean" vertex="1">
          <mxGeometry height="26" width="261" y="268" as="geometry" />
        </mxCell>
        <mxCell id="4Q5ZbxA_9OykwKKi5Nih-56" parent="4Q5ZbxA_9OykwKKi5Nih-44" style="text;strokeColor=none;fillColor=none;align=center;verticalAlign=top;spacingLeft=4;spacingRight=4;overflow=hidden;rotatable=0;points=[[0,0.5],[1,0.5]];portConstraint=eastwest;whiteSpace=wrap;html=1;" value="+ batalkanPesanan(): Boolean" vertex="1">
          <mxGeometry height="26" width="261" y="294" as="geometry" />
        </mxCell>
        <mxCell id="4Q5ZbxA_9OykwKKi5Nih-57" parent="4Q5ZbxA_9OykwKKi5Nih-44" style="text;strokeColor=none;fillColor=none;align=center;verticalAlign=top;spacingLeft=4;spacingRight=4;overflow=hidden;rotatable=0;points=[[0,0.5],[1,0.5]];portConstraint=eastwest;whiteSpace=wrap;html=1;" value="- hitungTotalHarga(): Float" vertex="1">
          <mxGeometry height="26" width="261" y="320" as="geometry" />
        </mxCell>
        <mxCell id="-Ip3KR_69kROD7_R9hKT-1" parent="4Q5ZbxA_9OykwKKi5Nih-44" style="text;strokeColor=none;fillColor=none;align=center;verticalAlign=top;spacingLeft=4;spacingRight=4;overflow=hidden;rotatable=0;points=[[0,0.5],[1,0.5]];portConstraint=eastwest;whiteSpace=wrap;html=1;" value="- updateStatus(): Void" vertex="1">
          <mxGeometry height="26" width="261" y="346" as="geometry" />
        </mxCell>
        <mxCell id="-Ip3KR_69kROD7_R9hKT-2" parent="1" style="swimlane;fontStyle=1;align=center;verticalAlign=middle;childLayout=stackLayout;horizontal=1;startSize=26;horizontalStack=0;resizeParent=1;resizeParentMax=0;resizeLast=0;collapsible=1;marginBottom=0;whiteSpace=wrap;html=1;labelBorderColor=none;labelBackgroundColor=none;fontColor=default;" value="DetailPesanan" vertex="1">
          <mxGeometry height="294" width="255" x="903" y="600" as="geometry" />
        </mxCell>
        <mxCell id="-Ip3KR_69kROD7_R9hKT-3" parent="-Ip3KR_69kROD7_R9hKT-2" style="text;strokeColor=none;fillColor=none;align=center;verticalAlign=top;spacingLeft=4;spacingRight=4;overflow=hidden;rotatable=0;points=[[0,0.5],[1,0.5]];portConstraint=eastwest;whiteSpace=wrap;html=1;" value="- id_detail: String" vertex="1">
          <mxGeometry height="26" width="255" y="26" as="geometry" />
        </mxCell>
        <mxCell id="-Ip3KR_69kROD7_R9hKT-4" parent="-Ip3KR_69kROD7_R9hKT-2" style="text;strokeColor=none;fillColor=none;align=center;verticalAlign=top;spacingLeft=4;spacingRight=4;overflow=hidden;rotatable=0;points=[[0,0.5],[1,0.5]];portConstraint=eastwest;whiteSpace=wrap;html=1;" value="- id_pesanan: String" vertex="1">
          <mxGeometry height="26" width="255" y="52" as="geometry" />
        </mxCell>
        <mxCell id="-Ip3KR_69kROD7_R9hKT-5" parent="-Ip3KR_69kROD7_R9hKT-2" style="text;strokeColor=none;fillColor=none;align=center;verticalAlign=top;spacingLeft=4;spacingRight=4;overflow=hidden;rotatable=0;points=[[0,0.5],[1,0.5]];portConstraint=eastwest;whiteSpace=wrap;html=1;" value="- id_menu: String" vertex="1">
          <mxGeometry height="26" width="255" y="78" as="geometry" />
        </mxCell>
        <mxCell id="-Ip3KR_69kROD7_R9hKT-6" parent="-Ip3KR_69kROD7_R9hKT-2" style="text;strokeColor=none;fillColor=none;align=center;verticalAlign=top;spacingLeft=4;spacingRight=4;overflow=hidden;rotatable=0;points=[[0,0.5],[1,0.5]];portConstraint=eastwest;whiteSpace=wrap;html=1;" value="- jumlah: Int" vertex="1">
          <mxGeometry height="26" width="255" y="104" as="geometry" />
        </mxCell>
        <mxCell id="-Ip3KR_69kROD7_R9hKT-7" parent="-Ip3KR_69kROD7_R9hKT-2" style="text;strokeColor=none;fillColor=none;align=center;verticalAlign=top;spacingLeft=4;spacingRight=4;overflow=hidden;rotatable=0;points=[[0,0.5],[1,0.5]];portConstraint=eastwest;whiteSpace=wrap;html=1;" value="- harga_satuan: Float" vertex="1">
          <mxGeometry height="26" width="255" y="130" as="geometry" />
        </mxCell>
        <mxCell id="-Ip3KR_69kROD7_R9hKT-13" parent="-Ip3KR_69kROD7_R9hKT-2" style="text;strokeColor=none;fillColor=none;align=center;verticalAlign=top;spacingLeft=4;spacingRight=4;overflow=hidden;rotatable=0;points=[[0,0.5],[1,0.5]];portConstraint=eastwest;whiteSpace=wrap;html=1;" value="- subtotal: Float" vertex="1">
          <mxGeometry height="26" width="255" y="156" as="geometry" />
        </mxCell>
        <mxCell id="-Ip3KR_69kROD7_R9hKT-8" parent="-Ip3KR_69kROD7_R9hKT-2" style="line;strokeWidth=1;fillColor=none;align=center;verticalAlign=middle;spacingTop=-1;spacingLeft=3;spacingRight=3;rotatable=0;labelPosition=right;points=[];portConstraint=eastwest;strokeColor=inherit;" value="" vertex="1">
          <mxGeometry height="8" width="255" y="182" as="geometry" />
        </mxCell>
        <mxCell id="-Ip3KR_69kROD7_R9hKT-9" parent="-Ip3KR_69kROD7_R9hKT-2" style="text;strokeColor=none;fillColor=none;align=center;verticalAlign=top;spacingLeft=4;spacingRight=4;overflow=hidden;rotatable=0;points=[[0,0.5],[1,0.5]];portConstraint=eastwest;whiteSpace=wrap;html=1;" value="+ tambahItem(): Boolean" vertex="1">
          <mxGeometry height="26" width="255" y="190" as="geometry" />
        </mxCell>
        <mxCell id="-Ip3KR_69kROD7_R9hKT-10" parent="-Ip3KR_69kROD7_R9hKT-2" style="text;strokeColor=none;fillColor=none;align=center;verticalAlign=top;spacingLeft=4;spacingRight=4;overflow=hidden;rotatable=0;points=[[0,0.5],[1,0.5]];portConstraint=eastwest;whiteSpace=wrap;html=1;" value="+ hapusItem(): Boolean" vertex="1">
          <mxGeometry height="26" width="255" y="216" as="geometry" />
        </mxCell>
        <mxCell id="-Ip3KR_69kROD7_R9hKT-11" parent="-Ip3KR_69kROD7_R9hKT-2" style="text;strokeColor=none;fillColor=none;align=center;verticalAlign=top;spacingLeft=4;spacingRight=4;overflow=hidden;rotatable=0;points=[[0,0.5],[1,0.5]];portConstraint=eastwest;whiteSpace=wrap;html=1;" value="+ updateJumlah(): Boolean" vertex="1">
          <mxGeometry height="26" width="255" y="242" as="geometry" />
        </mxCell>
        <mxCell id="-Ip3KR_69kROD7_R9hKT-12" parent="-Ip3KR_69kROD7_R9hKT-2" style="text;strokeColor=none;fillColor=none;align=center;verticalAlign=top;spacingLeft=4;spacingRight=4;overflow=hidden;rotatable=0;points=[[0,0.5],[1,0.5]];portConstraint=eastwest;whiteSpace=wrap;html=1;" value="- hitungSubtotal(): Float" vertex="1">
          <mxGeometry height="26" width="255" y="268" as="geometry" />
        </mxCell>
        <mxCell id="-Ip3KR_69kROD7_R9hKT-14" parent="1" style="swimlane;fontStyle=1;align=center;verticalAlign=middle;childLayout=stackLayout;horizontal=1;startSize=26;horizontalStack=0;resizeParent=1;resizeParentMax=0;resizeLast=0;collapsible=1;marginBottom=0;whiteSpace=wrap;html=1;labelBorderColor=none;labelBackgroundColor=none;fontColor=default;" value="Pembayaran" vertex="1">
          <mxGeometry height="294" width="261" x="480" y="600" as="geometry" />
        </mxCell>
        <mxCell id="-Ip3KR_69kROD7_R9hKT-15" parent="-Ip3KR_69kROD7_R9hKT-14" style="text;strokeColor=none;fillColor=none;align=center;verticalAlign=top;spacingLeft=4;spacingRight=4;overflow=hidden;rotatable=0;points=[[0,0.5],[1,0.5]];portConstraint=eastwest;whiteSpace=wrap;html=1;" value="- id_pembayaran: String" vertex="1">
          <mxGeometry height="26" width="261" y="26" as="geometry" />
        </mxCell>
        <mxCell id="-Ip3KR_69kROD7_R9hKT-16" parent="-Ip3KR_69kROD7_R9hKT-14" style="text;strokeColor=none;fillColor=none;align=center;verticalAlign=top;spacingLeft=4;spacingRight=4;overflow=hidden;rotatable=0;points=[[0,0.5],[1,0.5]];portConstraint=eastwest;whiteSpace=wrap;html=1;" value="- id_pesanan: String" vertex="1">
          <mxGeometry height="26" width="261" y="52" as="geometry" />
        </mxCell>
        <mxCell id="-Ip3KR_69kROD7_R9hKT-17" parent="-Ip3KR_69kROD7_R9hKT-14" style="text;strokeColor=none;fillColor=none;align=center;verticalAlign=top;spacingLeft=4;spacingRight=4;overflow=hidden;rotatable=0;points=[[0,0.5],[1,0.5]];portConstraint=eastwest;whiteSpace=wrap;html=1;" value="- total_bayar: Float" vertex="1">
          <mxGeometry height="26" width="261" y="78" as="geometry" />
        </mxCell>
        <mxCell id="-Ip3KR_69kROD7_R9hKT-18" parent="-Ip3KR_69kROD7_R9hKT-14" style="text;strokeColor=none;fillColor=none;align=center;verticalAlign=top;spacingLeft=4;spacingRight=4;overflow=hidden;rotatable=0;points=[[0,0.5],[1,0.5]];portConstraint=eastwest;whiteSpace=wrap;html=1;" value="- metode_pembayaran: String" vertex="1">
          <mxGeometry height="26" width="261" y="104" as="geometry" />
        </mxCell>
        <mxCell id="-Ip3KR_69kROD7_R9hKT-19" parent="-Ip3KR_69kROD7_R9hKT-14" style="text;strokeColor=none;fillColor=none;align=center;verticalAlign=top;spacingLeft=4;spacingRight=4;overflow=hidden;rotatable=0;points=[[0,0.5],[1,0.5]];portConstraint=eastwest;whiteSpace=wrap;html=1;" value="- tanggal_pembayaran: Date" vertex="1">
          <mxGeometry height="26" width="261" y="130" as="geometry" />
        </mxCell>
        <mxCell id="-Ip3KR_69kROD7_R9hKT-20" parent="-Ip3KR_69kROD7_R9hKT-14" style="text;strokeColor=none;fillColor=none;align=center;verticalAlign=top;spacingLeft=4;spacingRight=4;overflow=hidden;rotatable=0;points=[[0,0.5],[1,0.5]];portConstraint=eastwest;whiteSpace=wrap;html=1;" value="- status_pembayaran: String" vertex="1">
          <mxGeometry height="26" width="261" y="156" as="geometry" />
        </mxCell>
        <mxCell id="-Ip3KR_69kROD7_R9hKT-21" parent="-Ip3KR_69kROD7_R9hKT-14" style="line;strokeWidth=1;fillColor=none;align=center;verticalAlign=middle;spacingTop=-1;spacingLeft=3;spacingRight=3;rotatable=0;labelPosition=right;points=[];portConstraint=eastwest;strokeColor=inherit;" value="" vertex="1">
          <mxGeometry height="8" width="261" y="182" as="geometry" />
        </mxCell>
        <mxCell id="-Ip3KR_69kROD7_R9hKT-22" parent="-Ip3KR_69kROD7_R9hKT-14" style="text;strokeColor=none;fillColor=none;align=center;verticalAlign=top;spacingLeft=4;spacingRight=4;overflow=hidden;rotatable=0;points=[[0,0.5],[1,0.5]];portConstraint=eastwest;whiteSpace=wrap;html=1;" value="+ prosesPayment(): Boolean" vertex="1">
          <mxGeometry height="26" width="261" y="190" as="geometry" />
        </mxCell>
        <mxCell id="-Ip3KR_69kROD7_R9hKT-23" parent="-Ip3KR_69kROD7_R9hKT-14" style="text;strokeColor=none;fillColor=none;align=center;verticalAlign=top;spacingLeft=4;spacingRight=4;overflow=hidden;rotatable=0;points=[[0,0.5],[1,0.5]];portConstraint=eastwest;whiteSpace=wrap;html=1;" value="+ generateBukti(): String" vertex="1">
          <mxGeometry height="26" width="261" y="216" as="geometry" />
        </mxCell>
        <mxCell id="-Ip3KR_69kROD7_R9hKT-24" parent="-Ip3KR_69kROD7_R9hKT-14" style="text;strokeColor=none;fillColor=none;align=center;verticalAlign=top;spacingLeft=4;spacingRight=4;overflow=hidden;rotatable=0;points=[[0,0.5],[1,0.5]];portConstraint=eastwest;whiteSpace=wrap;html=1;" value="- validasiPembayaran(): Boolean" vertex="1">
          <mxGeometry height="26" width="261" y="242" as="geometry" />
        </mxCell>
        <mxCell id="-Ip3KR_69kROD7_R9hKT-25" parent="-Ip3KR_69kROD7_R9hKT-14" style="text;strokeColor=none;fillColor=none;align=center;verticalAlign=top;spacingLeft=4;spacingRight=4;overflow=hidden;rotatable=0;points=[[0,0.5],[1,0.5]];portConstraint=eastwest;whiteSpace=wrap;html=1;" value="- updateStatusBayar(): Void" vertex="1">
          <mxGeometry height="26" width="261" y="268" as="geometry" />
        </mxCell>
        <mxCell id="-Ip3KR_69kROD7_R9hKT-26" parent="1" style="swimlane;fontStyle=1;align=center;verticalAlign=middle;childLayout=stackLayout;horizontal=1;startSize=26;horizontalStack=0;resizeParent=1;resizeParentMax=0;resizeLast=0;collapsible=1;marginBottom=0;whiteSpace=wrap;html=1;labelBorderColor=none;labelBackgroundColor=none;fontColor=default;" value="Pengiriman" vertex="1">
          <mxGeometry height="294" width="261" x="54" y="600" as="geometry" />
        </mxCell>
        <mxCell id="-Ip3KR_69kROD7_R9hKT-27" parent="-Ip3KR_69kROD7_R9hKT-26" style="text;strokeColor=none;fillColor=none;align=center;verticalAlign=top;spacingLeft=4;spacingRight=4;overflow=hidden;rotatable=0;points=[[0,0.5],[1,0.5]];portConstraint=eastwest;whiteSpace=wrap;html=1;" value="- id_pengiriman: String" vertex="1">
          <mxGeometry height="26" width="261" y="26" as="geometry" />
        </mxCell>
        <mxCell id="-Ip3KR_69kROD7_R9hKT-28" parent="-Ip3KR_69kROD7_R9hKT-26" style="text;strokeColor=none;fillColor=none;align=center;verticalAlign=top;spacingLeft=4;spacingRight=4;overflow=hidden;rotatable=0;points=[[0,0.5],[1,0.5]];portConstraint=eastwest;whiteSpace=wrap;html=1;" value="- id_pesanan: String" vertex="1">
          <mxGeometry height="26" width="261" y="52" as="geometry" />
        </mxCell>
        <mxCell id="-Ip3KR_69kROD7_R9hKT-29" parent="-Ip3KR_69kROD7_R9hKT-26" style="text;strokeColor=none;fillColor=none;align=center;verticalAlign=top;spacingLeft=4;spacingRight=4;overflow=hidden;rotatable=0;points=[[0,0.5],[1,0.5]];portConstraint=eastwest;whiteSpace=wrap;html=1;" value="- alamat_pengiriman: String" vertex="1">
          <mxGeometry height="26" width="261" y="78" as="geometry" />
        </mxCell>
        <mxCell id="-Ip3KR_69kROD7_R9hKT-30" parent="-Ip3KR_69kROD7_R9hKT-26" style="text;strokeColor=none;fillColor=none;align=center;verticalAlign=top;spacingLeft=4;spacingRight=4;overflow=hidden;rotatable=0;points=[[0,0.5],[1,0.5]];portConstraint=eastwest;whiteSpace=wrap;html=1;" value="- nama_kurir: String" vertex="1">
          <mxGeometry height="26" width="261" y="104" as="geometry" />
        </mxCell>
        <mxCell id="-Ip3KR_69kROD7_R9hKT-31" parent="-Ip3KR_69kROD7_R9hKT-26" style="text;strokeColor=none;fillColor=none;align=center;verticalAlign=top;spacingLeft=4;spacingRight=4;overflow=hidden;rotatable=0;points=[[0,0.5],[1,0.5]];portConstraint=eastwest;whiteSpace=wrap;html=1;" value="- tanggal_kirim: Date" vertex="1">
          <mxGeometry height="26" width="261" y="130" as="geometry" />
        </mxCell>
        <mxCell id="-Ip3KR_69kROD7_R9hKT-32" parent="-Ip3KR_69kROD7_R9hKT-26" style="text;strokeColor=none;fillColor=none;align=center;verticalAlign=top;spacingLeft=4;spacingRight=4;overflow=hidden;rotatable=0;points=[[0,0.5],[1,0.5]];portConstraint=eastwest;whiteSpace=wrap;html=1;" value="- status_pengiriman: String" vertex="1">
          <mxGeometry height="26" width="261" y="156" as="geometry" />
        </mxCell>
        <mxCell id="-Ip3KR_69kROD7_R9hKT-33" parent="-Ip3KR_69kROD7_R9hKT-26" style="line;strokeWidth=1;fillColor=none;align=center;verticalAlign=middle;spacingTop=-1;spacingLeft=3;spacingRight=3;rotatable=0;labelPosition=right;points=[];portConstraint=eastwest;strokeColor=inherit;" value="" vertex="1">
          <mxGeometry height="8" width="261" y="182" as="geometry" />
        </mxCell>
        <mxCell id="-Ip3KR_69kROD7_R9hKT-34" parent="-Ip3KR_69kROD7_R9hKT-26" style="text;strokeColor=none;fillColor=none;align=center;verticalAlign=top;spacingLeft=4;spacingRight=4;overflow=hidden;rotatable=0;points=[[0,0.5],[1,0.5]];portConstraint=eastwest;whiteSpace=wrap;html=1;" value="+ buatDataKirim(): Boolean" vertex="1">
          <mxGeometry height="26" width="261" y="190" as="geometry" />
        </mxCell>
        <mxCell id="-Ip3KR_69kROD7_R9hKT-35" parent="-Ip3KR_69kROD7_R9hKT-26" style="text;strokeColor=none;fillColor=none;align=center;verticalAlign=top;spacingLeft=4;spacingRight=4;overflow=hidden;rotatable=0;points=[[0,0.5],[1,0.5]];portConstraint=eastwest;whiteSpace=wrap;html=1;" value="+ lacakPengiriman(): String" vertex="1">
          <mxGeometry height="26" width="261" y="216" as="geometry" />
        </mxCell>
        <mxCell id="-Ip3KR_69kROD7_R9hKT-36" parent="-Ip3KR_69kROD7_R9hKT-26" style="text;strokeColor=none;fillColor=none;align=center;verticalAlign=top;spacingLeft=4;spacingRight=4;overflow=hidden;rotatable=0;points=[[0,0.5],[1,0.5]];portConstraint=eastwest;whiteSpace=wrap;html=1;" value="- assignKurir(): Void" vertex="1">
          <mxGeometry height="26" width="261" y="242" as="geometry" />
        </mxCell>
        <mxCell id="-Ip3KR_69kROD7_R9hKT-37" parent="-Ip3KR_69kROD7_R9hKT-26" style="text;strokeColor=none;fillColor=none;align=center;verticalAlign=top;spacingLeft=4;spacingRight=4;overflow=hidden;rotatable=0;points=[[0,0.5],[1,0.5]];portConstraint=eastwest;whiteSpace=wrap;html=1;" value="- updateStatusKirim(): Void" vertex="1">
          <mxGeometry height="26" width="261" y="268" as="geometry" />
        </mxCell>
        <mxCell id="-Ip3KR_69kROD7_R9hKT-38" edge="1" parent="1" source="4Q5ZbxA_9OykwKKi5Nih-9" style="endArrow=classic;html=1;rounded=0;exitX=1;exitY=0.5;exitDx=0;exitDy=0;entryX=0;entryY=0.5;entryDx=0;entryDy=0;endSize=10;edgeStyle=orthogonalEdgeStyle;" target="4Q5ZbxA_9OykwKKi5Nih-50" value="">
          <mxGeometry height="50" relative="1" width="50" as="geometry">
            <mxPoint x="750" y="425" as="sourcePoint" />
            <mxPoint x="800" y="375" as="targetPoint" />
          </mxGeometry>
        </mxCell>
        <mxCell id="-Ip3KR_69kROD7_R9hKT-43" edge="1" parent="1" source="-Ip3KR_69kROD7_R9hKT-1" style="endArrow=diamond;html=1;rounded=0;endFill=1;strokeWidth=1;endSize=15;edgeStyle=orthogonalEdgeStyle;entryX=0.5;entryY=0;entryDx=0;entryDy=0;exitX=0.881;exitY=1.024;exitDx=0;exitDy=0;exitPerimeter=0;" target="-Ip3KR_69kROD7_R9hKT-2" value="">
          <mxGeometry height="50" relative="1" width="50" as="geometry">
            <Array as="points">
              <mxPoint x="711" y="413" />
              <mxPoint x="711" y="495" />
              <mxPoint x="1031" y="495" />
            </Array>
            <mxPoint x="705" y="465" as="sourcePoint" />
            <mxPoint x="920" y="405" as="targetPoint" />
          </mxGeometry>
        </mxCell>
        <mxCell id="-Ip3KR_69kROD7_R9hKT-44" edge="1" parent="1" source="4Q5ZbxA_9OykwKKi5Nih-44" style="endArrow=classic;html=1;rounded=0;entryX=0.5;entryY=0;entryDx=0;entryDy=0;exitX=0.5;exitY=1;exitDx=0;exitDy=0;edgeStyle=orthogonalEdgeStyle;endSize=10;" target="-Ip3KR_69kROD7_R9hKT-14" value="">
          <mxGeometry height="50" relative="1" width="50" as="geometry">
            <mxPoint x="615" y="420" as="sourcePoint" />
            <mxPoint x="785" y="405" as="targetPoint" />
          </mxGeometry>
        </mxCell>
        <mxCell id="-Ip3KR_69kROD7_R9hKT-45" edge="1" parent="1" source="-Ip3KR_69kROD7_R9hKT-1" style="endArrow=classic;html=1;rounded=0;entryX=0.5;entryY=0;entryDx=0;entryDy=0;exitX=0.124;exitY=1.043;exitDx=0;exitDy=0;edgeStyle=orthogonalEdgeStyle;endSize=10;exitPerimeter=0;" target="-Ip3KR_69kROD7_R9hKT-26" value="">
          <mxGeometry height="50" relative="1" width="50" as="geometry">
            <Array as="points">
              <mxPoint x="510" y="413" />
              <mxPoint x="510" y="495" />
              <mxPoint x="185" y="495" />
            </Array>
            <mxPoint x="405" y="397" as="sourcePoint" />
            <mxPoint x="405" y="585" as="targetPoint" />
          </mxGeometry>
        </mxCell>
        <mxCell id="-Ip3KR_69kROD7_R9hKT-46" edge="1" parent="1" source="-Ip3KR_69kROD7_R9hKT-6" style="endArrow=classic;html=1;rounded=0;endSize=10;exitX=1;exitY=0.5;exitDx=0;exitDy=0;entryX=0;entryY=0.5;entryDx=0;entryDy=0;" target="4Q5ZbxA_9OykwKKi5Nih-34" value="">
          <mxGeometry height="50" relative="1" width="50" as="geometry">
            <mxPoint x="1230" y="725" as="sourcePoint" />
            <mxPoint x="1280" y="675" as="targetPoint" />
          </mxGeometry>
        </mxCell>
        <mxCell id="-Ip3KR_69kROD7_R9hKT-47" parent="1" style="text;html=1;whiteSpace=wrap;strokeColor=none;fillColor=none;align=center;verticalAlign=middle;rounded=0;fontSize=15;" value="1" vertex="1">
          <mxGeometry height="30" width="60" x="705" y="420" as="geometry" />
        </mxCell>
        <mxCell id="-Ip3KR_69kROD7_R9hKT-48" parent="1" style="text;html=1;whiteSpace=wrap;strokeColor=none;fillColor=none;align=center;verticalAlign=middle;rounded=0;fontSize=15;" value="1..*" vertex="1">
          <mxGeometry height="30" width="60" x="1020" y="555" as="geometry" />
        </mxCell>
        <mxCell id="-Ip3KR_69kROD7_R9hKT-49" parent="1" style="text;html=1;whiteSpace=wrap;strokeColor=none;fillColor=none;align=center;verticalAlign=middle;rounded=0;fontSize=15;" value="1" vertex="1">
          <mxGeometry height="30" width="60" x="300" y="180" as="geometry" />
        </mxCell>
        <mxCell id="-Ip3KR_69kROD7_R9hKT-50" parent="1" style="text;html=1;whiteSpace=wrap;strokeColor=none;fillColor=none;align=center;verticalAlign=middle;rounded=0;fontSize=15;" value="1..*" vertex="1">
          <mxGeometry height="30" width="60" x="420" y="180" as="geometry" />
        </mxCell>
        <mxCell id="-Ip3KR_69kROD7_R9hKT-51" parent="1" style="text;html=1;whiteSpace=wrap;strokeColor=none;fillColor=none;align=center;verticalAlign=middle;rounded=0;fontSize=15;" value="1" vertex="1">
          <mxGeometry height="30" width="60" x="855" y="135" as="geometry" />
        </mxCell>
        <mxCell id="-Ip3KR_69kROD7_R9hKT-52" parent="1" style="text;html=1;whiteSpace=wrap;strokeColor=none;fillColor=none;align=center;verticalAlign=middle;rounded=0;fontSize=15;" value="0..*" vertex="1">
          <mxGeometry height="30" width="60" x="735" y="135" as="geometry" />
        </mxCell>
+         <mxCell id="-Ip3KR_69kROD7_R9hKT-54" parent="1" style="text;html=1;whiteSpace=wrap;strokeColor=none;fillColor=none;align=center;verticalAlign=middle;rounded=0;fontSize=15;" value="0..*" vertex="1">
+           <mxGeometry height="30" width="60" x="1155" y="690" as="geometry" />
+         </mxCell>
+         <mxCell id="-Ip3KR_69kROD7_R9hKT-55" parent="1" style="text;html=1;whiteSpace=wrap;strokeColor=none;fillColor=none;align=center;verticalAlign=middle;rounded=0;fontSize=15;" value="1" vertex="1">
+           <mxGeometry height="30" width="60" x="1275" y="690" as="geometry" />
+         </mxCell>
+         <mxCell id="-Ip3KR_69kROD7_R9hKT-56" parent="1" style="text;html=1;whiteSpace=wrap;strokeColor=none;fillColor=none;align=center;verticalAlign=middle;rounded=0;fontSize=15;" value="1" vertex="1">
+           <mxGeometry height="30" width="60" x="600" y="420" as="geometry" />
+         </mxCell>
+         <mxCell id="-Ip3KR_69kROD7_R9hKT-57" parent="1" style="text;html=1;whiteSpace=wrap;strokeColor=none;fillColor=none;align=center;verticalAlign=middle;rounded=0;fontSize=15;" value="1" vertex="1">
+           <mxGeometry height="30" width="60" x="600" y="555" as="geometry" />
+         </mxCell>
+         <mxCell id="-Ip3KR_69kROD7_R9hKT-58" parent="1" style="text;html=1;whiteSpace=wrap;strokeColor=none;fillColor=none;align=center;verticalAlign=middle;rounded=0;fontSize=15;" value="1" vertex="1">
+           <mxGeometry height="30" width="60" x="465" y="420" as="geometry" />
+         </mxCell>
+         <mxCell id="-Ip3KR_69kROD7_R9hKT-59" parent="1" style="text;html=1;whiteSpace=wrap;strokeColor=none;fillColor=none;align=center;verticalAlign=middle;rounded=0;fontSize=15;" value="0..*" vertex="1">
+           <mxGeometry height="30" width="60" x="180" y="555" as="geometry" />
+         </mxCell>
+       </root>
+     </mxGraphModel>
+   </diagram>
+   <diagram name="Sequence Diagram (Registrasi Pelanggan)" id="VdHwkFlJRcBIDad8Ariy">
+     <mxGraphModel dx="1585" dy="1032" grid="1" gridSize="15" guides="1" tooltips="1" connect="1" arrows="1" fold="1" page="1" pageScale="1" pageWidth="1654" pageHeight="1169" math="0" shadow="0">
+       <root>
+         <mxCell id="OZsL1L6wHP_Kdtv-WMtS-0" />
+         <mxCell id="OZsL1L6wHP_Kdtv-WMtS-1" parent="OZsL1L6wHP_Kdtv-WMtS-0" />
      </root>
    </mxGraphModel>
  </diagram>
</mxfile>
